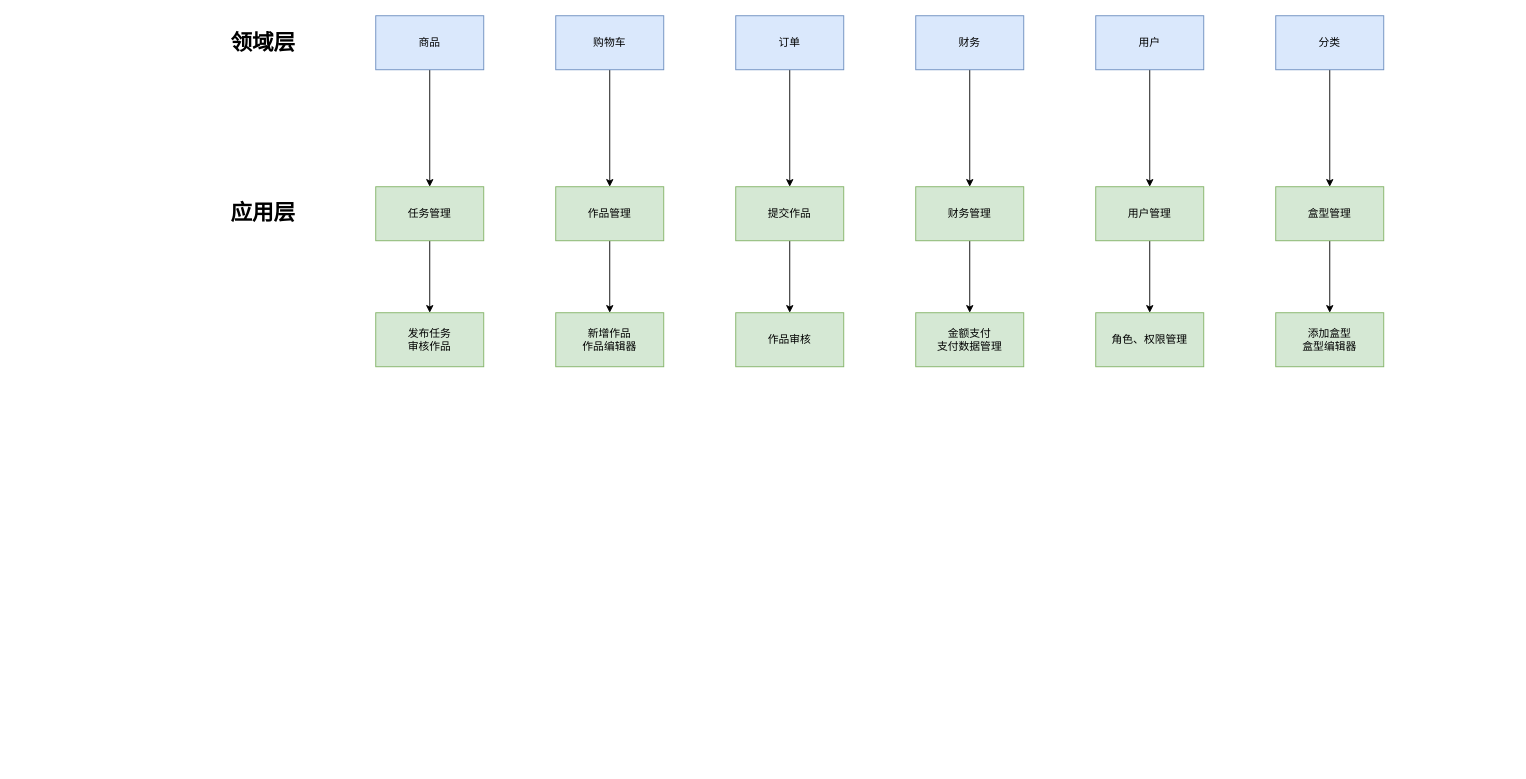
Earlier version of the draw.io diagram 未命名绘图.drawio (zhonggu/drawio). Source tidied: cells renumbered, new cells numbered last; positions are measured from the earlier drawing's top-left corner, leaving out a move shared by most shapes. Both pictures are drawn from the tidied source at 90%, with x=0, y=0 at pixel (222, 15).
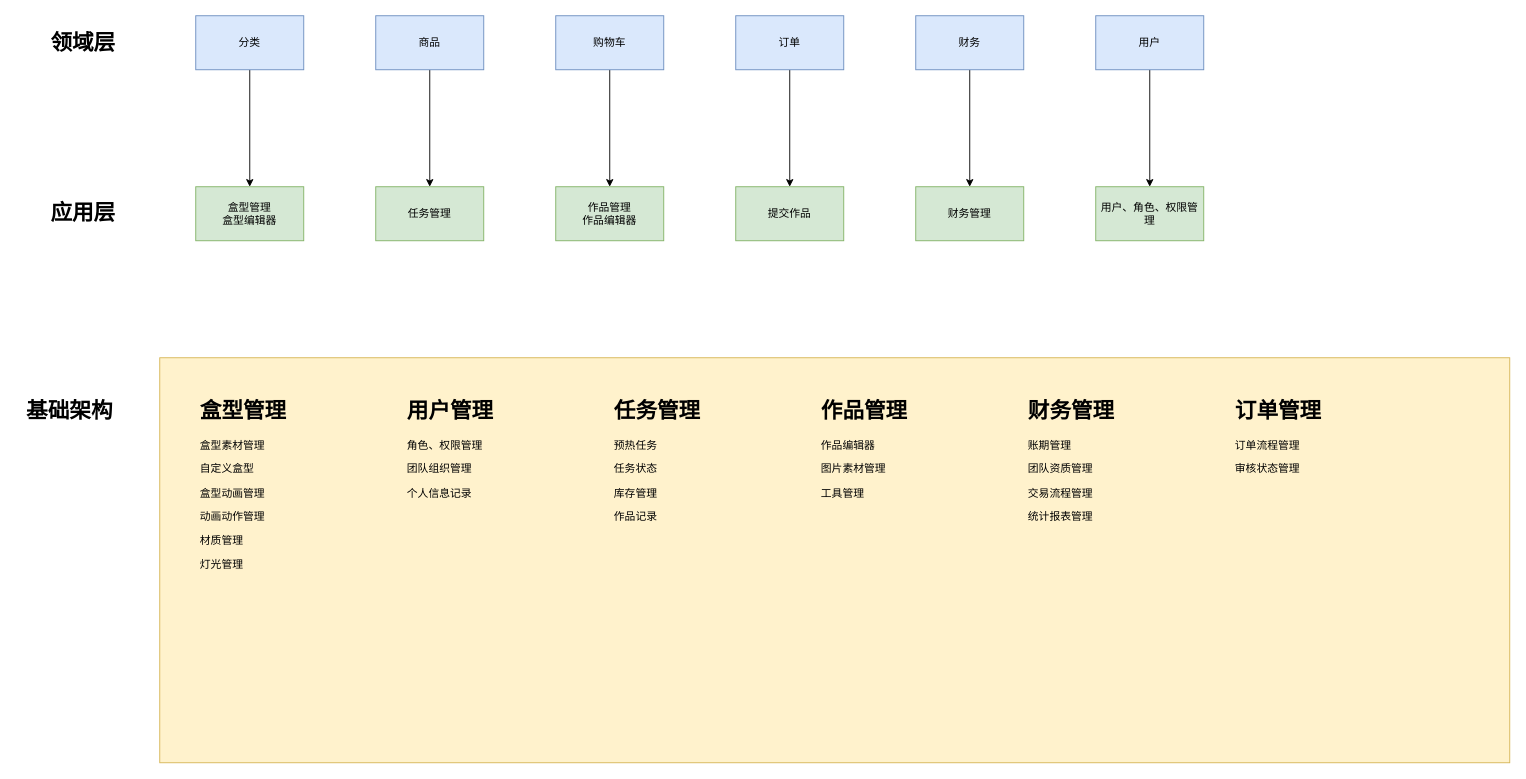
The same page after the edit.

Commit message:
更新未命名绘图.drawio

Unchanged cells that the change refers to:
```xml
<mxCell id="3" value="任务管理" style="rounded=0;whiteSpace=wrap;html=1;fillColor=#d5e8d4;strokeColor=#82b366;" parent="1" vertex="1">
  <mxGeometry x="170" y="190" width="120" height="60" as="geometry" />
</mxCell>
<mxCell id="17" value="提交作品" style="rounded=0;whiteSpace=wrap;html=1;fillColor=#d5e8d4;strokeColor=#82b366;" parent="1" vertex="1">
  <mxGeometry x="570" y="190" width="120" height="60" as="geometry" />
</mxCell>
<mxCell id="19" value="财务管理" style="rounded=0;whiteSpace=wrap;html=1;fillColor=#d5e8d4;strokeColor=#82b366;" parent="1" vertex="1">
  <mxGeometry x="770" y="190" width="120" height="60" as="geometry" />
</mxCell>
```

Change to the diagram source:
```diff
@@
-    <mxCell id="2" style="edgeStyle=orthogonalEdgeStyle;rounded=0;jettySize=auto;html=1;" parent="1" edge="1" source="3" target="24">
-      <mxGeometry relative="1" as="geometry" />
-    </mxCell>
@@
     <mxCell id="4" value="&lt;h1&gt;应用层&lt;/h1&gt;" style="text;html=1;strokeColor=none;fillColor=none;align=center;verticalAlign=middle;whiteSpace=wrap;rounded=0;" parent="1" vertex="1">
-      <mxGeometry y="200" width="90" height="40" as="geometry" />
+      <mxGeometry x="-200" y="200" width="90" height="40" as="geometry" />
     </mxCell>
     <mxCell id="5" value="&lt;h1&gt;领域层&lt;/h1&gt;" style="text;html=1;strokeColor=none;fillColor=none;align=center;verticalAlign=middle;whiteSpace=wrap;rounded=0;" parent="1" vertex="1">
-      <mxGeometry y="10" width="90" height="40" as="geometry" />
+      <mxGeometry x="-200" y="10" width="90" height="40" as="geometry" />
     </mxCell>
@@
     <mxCell id="15" value="分类" style="rounded=0;whiteSpace=wrap;html=1;fillColor=#dae8fc;strokeColor=#6c8ebf;" parent="1" vertex="1">
-      <mxGeometry x="1170" width="120" height="60" as="geometry" />
+      <mxGeometry x="-30" width="120" height="60" as="geometry" />
     </mxCell>
-    <mxCell id="16" style="edgeStyle=orthogonalEdgeStyle;rounded=0;jettySize=auto;html=1;" parent="1" edge="1" source="17" target="26">
-      <mxGeometry relative="1" as="geometry" />
-    </mxCell>
@@
-    <mxCell id="18" style="edgeStyle=orthogonalEdgeStyle;rounded=0;jettySize=auto;html=1;" parent="1" edge="1" source="19" target="32">
-      <mxGeometry relative="1" as="geometry" />
-    </mxCell>
@@
-    <mxCell id="20" style="edgeStyle=orthogonalEdgeStyle;rounded=0;jettySize=auto;html=1;" parent="1" edge="1" source="21" target="33">
-      <mxGeometry relative="1" as="geometry" />
-    </mxCell>
-    <mxCell id="21" value="用户管理" style="rounded=0;whiteSpace=wrap;html=1;fillColor=#d5e8d4;strokeColor=#82b366;" parent="1" vertex="1">
+    <mxCell id="21" value="用户、角色、权限管理" style="rounded=0;whiteSpace=wrap;html=1;fillColor=#d5e8d4;strokeColor=#82b366;" parent="1" vertex="1">
       <mxGeometry x="970" y="190" width="120" height="60" as="geometry" />
     </mxCell>
-    <mxCell id="22" style="edgeStyle=orthogonalEdgeStyle;rounded=0;jettySize=auto;html=1;" parent="1" edge="1" source="23" target="34">
-      <mxGeometry relative="1" as="geometry" />
-    </mxCell>
-    <mxCell id="23" value="盒型管理" style="rounded=0;whiteSpace=wrap;html=1;fillColor=#d5e8d4;strokeColor=#82b366;" parent="1" vertex="1">
-      <mxGeometry x="1170" y="190" width="120" height="60" as="geometry" />
+    <mxCell id="23" value="盒型管理&lt;br&gt;盒型编辑器" style="rounded=0;whiteSpace=wrap;html=1;fillColor=#d5e8d4;strokeColor=#82b366;" parent="1" vertex="1">
+      <mxGeometry x="-30" y="190" width="120" height="60" as="geometry" />
     </mxCell>
-    <mxCell id="24" value="发布任务&lt;br&gt;审核作品" style="rounded=0;whiteSpace=wrap;html=1;fillColor=#d5e8d4;strokeColor=#82b366;" parent="1" vertex="1">
-      <mxGeometry x="170" y="330" width="120" height="60" as="geometry" />
-    </mxCell>
-    <mxCell id="25" style="edgeStyle=orthogonalEdgeStyle;rounded=0;orthogonalLoop=1;jettySize=auto;html=1;exitX=0.5;exitY=1;exitDx=0;exitDy=0;" parent="1" edge="1" source="3" target="3">
-      <mxGeometry relative="1" as="geometry" />
-    </mxCell>
-    <mxCell id="26" value="作品审核" style="rounded=0;whiteSpace=wrap;html=1;fillColor=#d5e8d4;strokeColor=#82b366;" parent="1" vertex="1">
-      <mxGeometry x="570" y="330" width="120" height="60" as="geometry" />
-    </mxCell>
@@
-    <mxCell id="29" style="edgeStyle=orthogonalEdgeStyle;rounded=0;jettySize=auto;html=1;" parent="1" edge="1" source="30" target="31">
-      <mxGeometry relative="1" as="geometry" />
-    </mxCell>
-    <mxCell id="30" value="作品管理" style="rounded=0;whiteSpace=wrap;html=1;fillColor=#d5e8d4;strokeColor=#82b366;" parent="1" vertex="1">
+    <mxCell id="30" value="作品管理&lt;br&gt;作品编辑器" style="rounded=0;whiteSpace=wrap;html=1;fillColor=#d5e8d4;strokeColor=#82b366;" parent="1" vertex="1">
       <mxGeometry x="370" y="190" width="120" height="60" as="geometry" />
     </mxCell>
-    <mxCell id="31" value="新增作品&lt;br&gt;作品编辑器&lt;br&gt;" style="rounded=0;whiteSpace=wrap;html=1;fillColor=#d5e8d4;strokeColor=#82b366;" parent="1" vertex="1">
-      <mxGeometry x="370" y="330" width="120" height="60" as="geometry" />
-    </mxCell>
-    <mxCell id="32" value="金额支付&lt;br&gt;支付数据管理" style="rounded=0;whiteSpace=wrap;html=1;fillColor=#d5e8d4;strokeColor=#82b366;" parent="1" vertex="1">
-      <mxGeometry x="770" y="330" width="120" height="60" as="geometry" />
-    </mxCell>
-    <mxCell id="33" value="角色、权限管理" style="rounded=0;whiteSpace=wrap;html=1;fillColor=#d5e8d4;strokeColor=#82b366;" parent="1" vertex="1">
-      <mxGeometry x="970" y="330" width="120" height="60" as="geometry" />
-    </mxCell>
-    <mxCell id="34" value="添加盒型&lt;br&gt;盒型编辑器" style="rounded=0;whiteSpace=wrap;html=1;fillColor=#d5e8d4;strokeColor=#82b366;" parent="1" vertex="1">
-      <mxGeometry x="1170" y="330" width="120" height="60" as="geometry" />
-    </mxCell>
+    <mxCell id="35" value="&lt;h1&gt;基础架构&lt;/h1&gt;" style="text;html=1;strokeColor=none;fillColor=none;align=center;verticalAlign=middle;whiteSpace=wrap;rounded=0;" parent="1" vertex="1">
+      <mxGeometry x="-230" y="420" width="120" height="40" as="geometry" />
+    </mxCell>
+    <mxCell id="36" style="rounded=0;whiteSpace=wrap;html=1;fillColor=#fff2cc;strokeColor=#d6b656;align=center;" parent="1" vertex="1">
+      <mxGeometry x="-70" y="380" width="1500" height="450" as="geometry" />
+    </mxCell>
+    <mxCell id="37" value="&lt;h1&gt;盒型管理&lt;/h1&gt;&lt;p&gt;&lt;span&gt;盒型素材管理&lt;/span&gt;&lt;/p&gt;&lt;p&gt;自定义盒型&lt;span&gt;&lt;br&gt;&lt;/span&gt;&lt;/p&gt;&lt;p&gt;盒型动画管理&lt;/p&gt;&lt;p&gt;动画动作管理&lt;/p&gt;&lt;p&gt;材质管理&lt;/p&gt;&lt;p&gt;灯光管理&lt;/p&gt;" style="text;html=1;strokeColor=none;fillColor=none;spacing=5;spacingTop=-20;whiteSpace=wrap;overflow=hidden;rounded=0;" parent="1" vertex="1">
+      <mxGeometry x="-30" y="420" width="190" height="210" as="geometry" />
+    </mxCell>
+    <mxCell id="38" value="&lt;h1&gt;用户管理&lt;/h1&gt;&lt;p&gt;角色、权限管理&lt;/p&gt;&lt;p&gt;团队组织管理&lt;/p&gt;&lt;p&gt;个人信息记录&lt;/p&gt;&lt;p&gt;&lt;br&gt;&lt;/p&gt;&lt;p&gt;&lt;br&gt;&lt;/p&gt;" style="text;html=1;strokeColor=none;fillColor=none;spacing=5;spacingTop=-20;whiteSpace=wrap;overflow=hidden;rounded=0;" parent="1" vertex="1">
+      <mxGeometry x="200" y="420" width="190" height="210" as="geometry" />
+    </mxCell>
+    <mxCell id="39" value="&lt;h1&gt;任务管理&lt;/h1&gt;&lt;p&gt;预热任务&lt;/p&gt;&lt;p&gt;任务状态&lt;/p&gt;&lt;p&gt;库存管理&lt;/p&gt;&lt;p&gt;作品记录&lt;/p&gt;&lt;p&gt;&lt;br&gt;&lt;/p&gt;" style="text;html=1;strokeColor=none;fillColor=none;spacing=5;spacingTop=-20;whiteSpace=wrap;overflow=hidden;rounded=0;" parent="1" vertex="1">
+      <mxGeometry x="430" y="420" width="190" height="210" as="geometry" />
+    </mxCell>
+    <mxCell id="40" value="&lt;h1&gt;作品管理&lt;/h1&gt;&lt;p&gt;作品编辑器&lt;/p&gt;&lt;p&gt;图片素材管理&lt;/p&gt;&lt;p&gt;工具管理&lt;/p&gt;&lt;p&gt;&lt;br&gt;&lt;/p&gt;&lt;p&gt;&lt;br&gt;&lt;/p&gt;" style="text;html=1;strokeColor=none;fillColor=none;spacing=5;spacingTop=-20;whiteSpace=wrap;overflow=hidden;rounded=0;" parent="1" vertex="1">
+      <mxGeometry x="660" y="420" width="190" height="210" as="geometry" />
+    </mxCell>
+    <mxCell id="41" value="&lt;h1&gt;财务管理&lt;/h1&gt;&lt;p&gt;账期管理&lt;/p&gt;&lt;p&gt;团队资质管理&lt;/p&gt;&lt;p&gt;交易流程管理&lt;/p&gt;&lt;p&gt;统计报表管理&lt;/p&gt;&lt;p&gt;&lt;br&gt;&lt;/p&gt;&lt;p&gt;&lt;br&gt;&lt;/p&gt;&lt;p&gt;&lt;br&gt;&lt;/p&gt;" style="text;html=1;strokeColor=none;fillColor=none;spacing=5;spacingTop=-20;whiteSpace=wrap;overflow=hidden;rounded=0;" parent="1" vertex="1">
+      <mxGeometry x="890" y="420" width="190" height="210" as="geometry" />
+    </mxCell>
+    <mxCell id="42" value="&lt;h1&gt;订单管理&lt;/h1&gt;&lt;p&gt;订单流程管理&lt;/p&gt;&lt;p&gt;审核状态管理&lt;/p&gt;&lt;p&gt;&lt;br&gt;&lt;/p&gt;&lt;p&gt;&lt;br&gt;&lt;/p&gt;&lt;p&gt;&lt;br&gt;&lt;/p&gt;&lt;p&gt;&lt;br&gt;&lt;/p&gt;" style="text;html=1;strokeColor=none;fillColor=none;spacing=5;spacingTop=-20;whiteSpace=wrap;overflow=hidden;rounded=0;" parent="1" vertex="1">
+      <mxGeometry x="1120" y="420" width="190" height="210" as="geometry" />
+    </mxCell>
```
